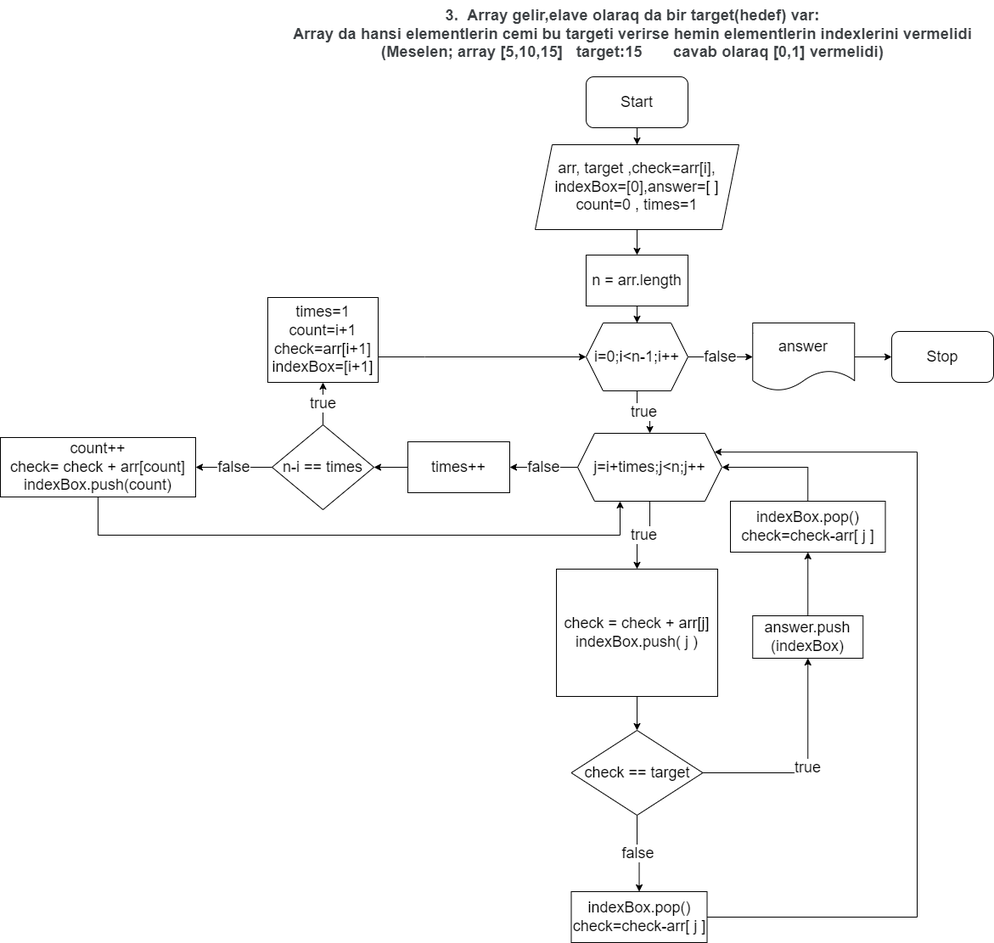
This is hw-3.png from emilhajizade42/flowchart-3, a draw.io export, as it was before one commit. Source tidied: cells renumbered, new cells last; positions are measured from the earlier drawing's top-left corner, leaving out a move shared by most shapes.
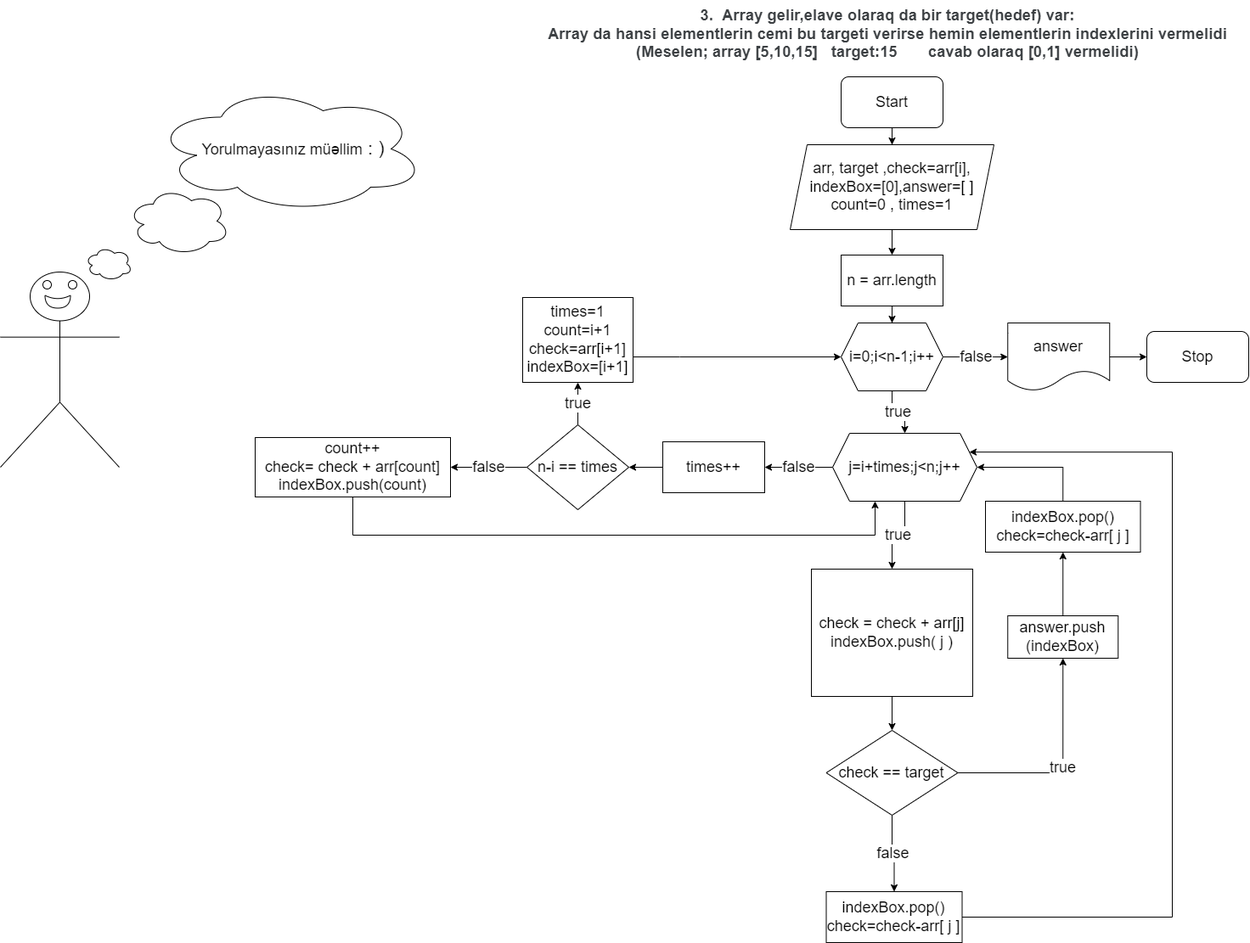
After the commit.

Diff of the diagram source:
```diff
@@ -129,5 +129,26 @@
     <mxCell id="37" value="Stop" style="rounded=1;whiteSpace=wrap;html=1;fontSize=18;fontColor=#000000;" parent="1" vertex="1">
       <mxGeometry x="1050" y="390" width="120" height="60" as="geometry" />
     </mxCell>
+    <mxCell id="38" style="shape=umlActor;verticalLabelPosition=bottom;verticalAlign=top;html=1;fontSize=22;fontColor=#000000;" parent="1" vertex="1">
+      <mxGeometry x="-300" y="320" width="140" height="230" as="geometry" />
+    </mxCell>
+    <mxCell id="39" value="&lt;span style=&quot;font-size: 18px&quot;&gt;&amp;nbsp; Yorulmayasınız müəllim&lt;/span&gt;&lt;font&gt;&amp;nbsp;: )&lt;/font&gt;" style="ellipse;shape=cloud;whiteSpace=wrap;html=1;fontSize=22;fontColor=#000000;" parent="1" vertex="1">
+      <mxGeometry x="-120" y="100" width="320" height="150" as="geometry" />
+    </mxCell>
+    <mxCell id="40" style="ellipse;whiteSpace=wrap;html=1;fontSize=22;fontColor=#000000;" parent="1" vertex="1">
+      <mxGeometry x="-250" y="330" width="10" height="10" as="geometry" />
+    </mxCell>
+    <mxCell id="41" style="ellipse;whiteSpace=wrap;html=1;fontSize=22;fontColor=#000000;" parent="1" vertex="1">
+      <mxGeometry x="-220" y="330" width="10" height="10" as="geometry" />
+    </mxCell>
+    <mxCell id="42" style="shape=xor;whiteSpace=wrap;html=1;fontSize=22;fontColor=#000000;rotation=90;" parent="1" vertex="1">
+      <mxGeometry x="-240" y="340" width="15" height="30" as="geometry" />
+    </mxCell>
+    <mxCell id="43" style="ellipse;shape=cloud;whiteSpace=wrap;html=1;fontSize=22;fontColor=#000000;" parent="1" vertex="1">
+      <mxGeometry x="-200" y="290" width="55" height="40" as="geometry" />
+    </mxCell>
+    <mxCell id="44" style="ellipse;shape=cloud;whiteSpace=wrap;html=1;fontSize=22;fontColor=#000000;" parent="1" vertex="1">
+      <mxGeometry x="-150" y="220" width="120" height="80" as="geometry" />
+    </mxCell>
   </root>
 </mxGraphModel>
```
